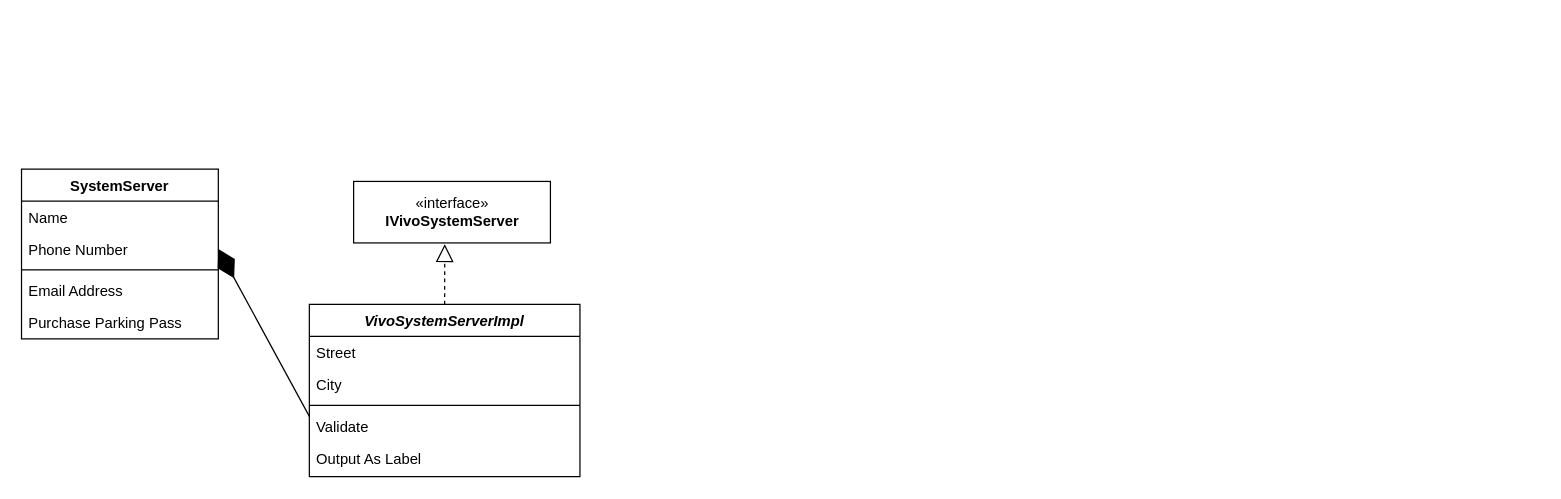
Earlier version of the draw.io diagram vivo-exsystemserver-analyz-20221102.drawio (quexiaolong/OV-ExFramework). Source tidied: cells renumbered, new cells numbered last; positions are measured from the earlier drawing's top-left corner, leaving out a move shared by most shapes. Both pictures are drawn from the tidied source at 123%, with x=0, y=0 at pixel (21, 169).
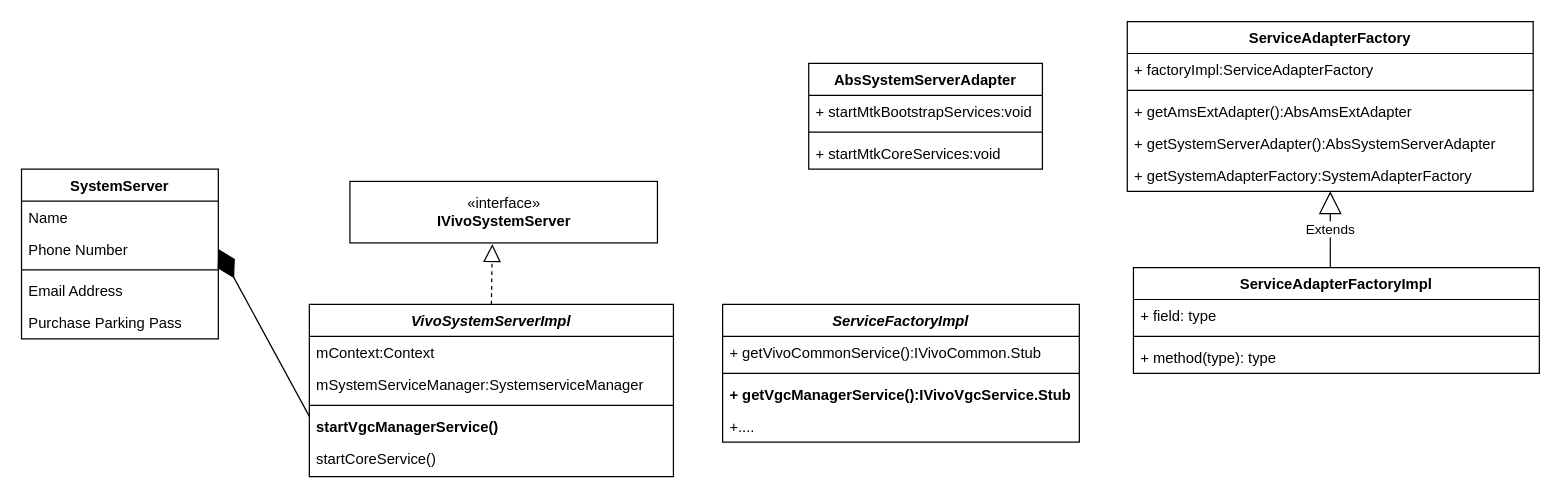
Above is the later version.

What changed in the source:
```diff
@@
     <mxCell id="8" value="VivoSystemServerImpl" style="swimlane;fontStyle=3;align=center;verticalAlign=top;horizontal=1;startSize=26;rounded=0;shadow=0;strokeWidth=1;" parent="1" vertex="1">
-      <mxGeometry x="234" y="110" width="220" height="140" as="geometry" />
+      <mxGeometry x="234" y="110" width="296" height="140" as="geometry" />
     </mxCell>
-    <mxCell id="9" value="Street" style="text;align=left;verticalAlign=top;spacingLeft=4;spacingRight=4;overflow=hidden;" parent="8" vertex="1">
-      <mxGeometry y="26" width="220" height="26" as="geometry" />
+    <mxCell id="9" value="mContext:Context" style="text;align=left;verticalAlign=top;spacingLeft=4;spacingRight=4;overflow=hidden;" parent="8" vertex="1">
+      <mxGeometry y="26" width="296" height="26" as="geometry" />
     </mxCell>
-    <mxCell id="10" value="City" style="text;align=left;verticalAlign=top;spacingLeft=4;spacingRight=4;overflow=hidden;rounded=0;shadow=0;html=0;" parent="8" vertex="1">
-      <mxGeometry y="52" width="220" height="26" as="geometry" />
+    <mxCell id="10" value="mSystemServiceManager:SystemserviceManager" style="text;align=left;verticalAlign=top;spacingLeft=4;spacingRight=4;overflow=hidden;rounded=0;shadow=0;html=0;" parent="8" vertex="1">
+      <mxGeometry y="52" width="296" height="26" as="geometry" />
     </mxCell>
     <mxCell id="11" style="line;html=1;strokeWidth=1;align=left;verticalAlign=middle;spacingTop=-1;spacingLeft=3;spacingRight=3;labelPosition=right;" parent="8" vertex="1">
-      <mxGeometry y="78" width="220" height="8" as="geometry" />
+      <mxGeometry y="78" width="296" height="8" as="geometry" />
     </mxCell>
-    <mxCell id="12" value="Validate" style="text;align=left;verticalAlign=top;spacingLeft=4;spacingRight=4;overflow=hidden;" parent="8" vertex="1">
-      <mxGeometry y="86" width="220" height="26" as="geometry" />
+    <mxCell id="12" value="startVgcManagerService()" style="text;align=left;verticalAlign=top;spacingLeft=4;spacingRight=4;overflow=hidden;fontStyle=1;" parent="8" vertex="1">
+      <mxGeometry y="86" width="296" height="26" as="geometry" />
     </mxCell>
-    <mxCell id="13" value="Output As Label" style="text;align=left;verticalAlign=top;spacingLeft=4;spacingRight=4;overflow=hidden;" parent="8" vertex="1">
-      <mxGeometry y="112" width="220" height="26" as="geometry" />
+    <mxCell id="13" value="startCoreService()" style="text;align=left;verticalAlign=top;spacingLeft=4;spacingRight=4;overflow=hidden;" parent="8" vertex="1">
+      <mxGeometry y="112" width="296" height="26" as="geometry" />
     </mxCell>
     <mxCell id="14" value="«interface»&lt;br&gt;&lt;b&gt;IVivoSystemServer&lt;/b&gt;" style="html=1;" parent="1" vertex="1">
-      <mxGeometry x="270" y="10" width="160" height="50" as="geometry" />
+      <mxGeometry x="267" y="10" width="250" height="50" as="geometry" />
     </mxCell>
@@
+    <mxCell id="17" value="ServiceAdapterFactory" style="swimlane;fontStyle=1;align=center;verticalAlign=top;horizontal=1;startSize=26;" parent="1" vertex="1">
+      <mxGeometry x="899" y="-120" width="330" height="138" as="geometry" />
+    </mxCell>
+    <mxCell id="18" value="+ factoryImpl:ServiceAdapterFactory" style="text;strokeColor=none;fillColor=none;align=left;verticalAlign=top;spacingLeft=4;spacingRight=4;overflow=hidden;" parent="17" vertex="1">
+      <mxGeometry y="26" width="330" height="26" as="geometry" />
+    </mxCell>
+    <mxCell id="19" style="line;strokeWidth=1;fillColor=none;align=left;verticalAlign=middle;spacingTop=-1;spacingLeft=3;spacingRight=3;labelPosition=right;strokeColor=inherit;" parent="17" vertex="1">
+      <mxGeometry y="52" width="330" height="8" as="geometry" />
+    </mxCell>
+    <mxCell id="20" value="+ getAmsExtAdapter():AbsAmsExtAdapter" style="text;strokeColor=none;fillColor=none;align=left;verticalAlign=top;spacingLeft=4;spacingRight=4;overflow=hidden;" parent="17" vertex="1">
+      <mxGeometry y="60" width="330" height="26" as="geometry" />
+    </mxCell>
+    <mxCell id="21" value="+ getSystemServerAdapter():AbsSystemServerAdapter" style="text;strokeColor=none;fillColor=none;align=left;verticalAlign=top;spacingLeft=4;spacingRight=4;overflow=hidden;" parent="17" vertex="1">
+      <mxGeometry y="86" width="330" height="26" as="geometry" />
+    </mxCell>
+    <mxCell id="22" value="+ getSystemAdapterFactory:SystemAdapterFactory" style="text;strokeColor=none;fillColor=none;align=left;verticalAlign=top;spacingLeft=4;spacingRight=4;overflow=hidden;points=[[0,0.5],[1,0.5]];portConstraint=eastwest;" parent="17" vertex="1">
+      <mxGeometry y="112" width="330" height="26" as="geometry" />
+    </mxCell>
+    <mxCell id="23" value="ServiceFactoryImpl" style="swimlane;fontStyle=3;align=center;verticalAlign=top;horizontal=1;startSize=26;" parent="1" vertex="1">
+      <mxGeometry x="570" y="110" width="290" height="112" as="geometry" />
+    </mxCell>
+    <mxCell id="24" value="+ getVivoCommonService():IVivoCommon.Stub" style="text;strokeColor=none;fillColor=none;align=left;verticalAlign=top;spacingLeft=4;spacingRight=4;overflow=hidden;" parent="23" vertex="1">
+      <mxGeometry y="26" width="290" height="26" as="geometry" />
+    </mxCell>
+    <mxCell id="25" style="line;strokeWidth=1;fillColor=none;align=left;verticalAlign=middle;spacingTop=-1;spacingLeft=3;spacingRight=3;labelPosition=right;strokeColor=inherit;" parent="23" vertex="1">
+      <mxGeometry y="52" width="290" height="8" as="geometry" />
+    </mxCell>
+    <mxCell id="26" value="+ getVgcManagerService():IVivoVgcService.Stub" style="text;strokeColor=none;fillColor=none;align=left;verticalAlign=top;spacingLeft=4;spacingRight=4;overflow=hidden;fontStyle=1;" parent="23" vertex="1">
+      <mxGeometry y="60" width="290" height="26" as="geometry" />
+    </mxCell>
+    <mxCell id="27" value="+...." style="text;strokeColor=none;fillColor=none;align=left;verticalAlign=top;spacingLeft=4;spacingRight=4;overflow=hidden;fontStyle=0;" parent="23" vertex="1">
+      <mxGeometry y="86" width="290" height="26" as="geometry" />
+    </mxCell>
+    <mxCell id="28" value="ServiceAdapterFactoryImpl" style="swimlane;fontStyle=1;align=center;verticalAlign=top;horizontal=1;startSize=26;" parent="1" vertex="1">
+      <mxGeometry x="904" y="80" width="330" height="86" as="geometry" />
+    </mxCell>
+    <mxCell id="29" value="+ field: type" style="text;strokeColor=none;fillColor=none;align=left;verticalAlign=top;spacingLeft=4;spacingRight=4;overflow=hidden;" parent="28" vertex="1">
+      <mxGeometry y="26" width="330" height="26" as="geometry" />
+    </mxCell>
+    <mxCell id="30" style="line;strokeWidth=1;fillColor=none;align=left;verticalAlign=middle;spacingTop=-1;spacingLeft=3;spacingRight=3;labelPosition=right;strokeColor=inherit;" parent="28" vertex="1">
+      <mxGeometry y="52" width="330" height="8" as="geometry" />
+    </mxCell>
+    <mxCell id="31" value="+ method(type): type" style="text;strokeColor=none;fillColor=none;align=left;verticalAlign=top;spacingLeft=4;spacingRight=4;overflow=hidden;" parent="28" vertex="1">
+      <mxGeometry y="60" width="330" height="26" as="geometry" />
+    </mxCell>
+    <mxCell id="32" value="AbsSystemServerAdapter" style="swimlane;fontStyle=1;align=center;verticalAlign=top;horizontal=1;startSize=26;" parent="1" vertex="1">
+      <mxGeometry x="640" y="-86" width="190" height="86" as="geometry" />
+    </mxCell>
+    <mxCell id="33" value="+ startMtkBootstrapServices:void" style="text;strokeColor=none;fillColor=none;align=left;verticalAlign=top;spacingLeft=4;spacingRight=4;overflow=hidden;" parent="32" vertex="1">
+      <mxGeometry y="26" width="190" height="26" as="geometry" />
+    </mxCell>
+    <mxCell id="34" style="line;strokeWidth=1;fillColor=none;align=left;verticalAlign=middle;spacingTop=-1;spacingLeft=3;spacingRight=3;labelPosition=right;strokeColor=inherit;" parent="32" vertex="1">
+      <mxGeometry y="52" width="190" height="8" as="geometry" />
+    </mxCell>
+    <mxCell id="35" value="+ startMtkCoreServices:void" style="text;strokeColor=none;fillColor=none;align=left;verticalAlign=top;spacingLeft=4;spacingRight=4;overflow=hidden;" parent="32" vertex="1">
+      <mxGeometry y="60" width="190" height="26" as="geometry" />
+    </mxCell>
+    <mxCell id="36" value="Extends" style="endArrow=block;endSize=16;endFill=0;html=1;rounded=0;exitX=0.485;exitY=0;exitDx=0;exitDy=0;exitPerimeter=0;" parent="1" edge="1" source="28" target="22">
+      <mxGeometry relative="1" as="geometry" />
+    </mxCell>
```
